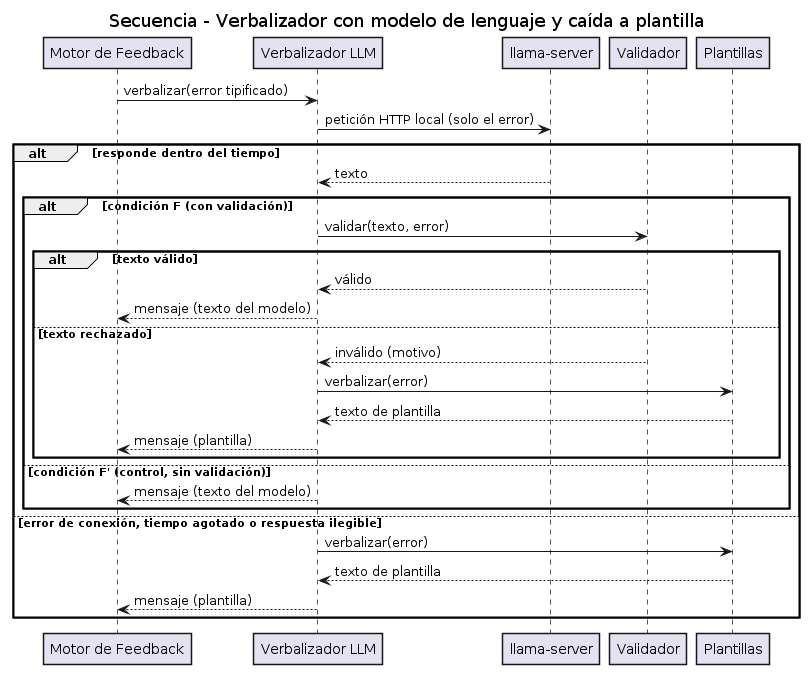
isaAJ05/ESTELA keeps this PlantUML diagram as diagramas_estela_modelo_profe/test_diagrams/png/secuencia-llm.png. Above is the earlier version. Its source is kept beside it as diagramas_estela_modelo_profe/test_diagrams/plantuml/secuencia-llm.wsd.
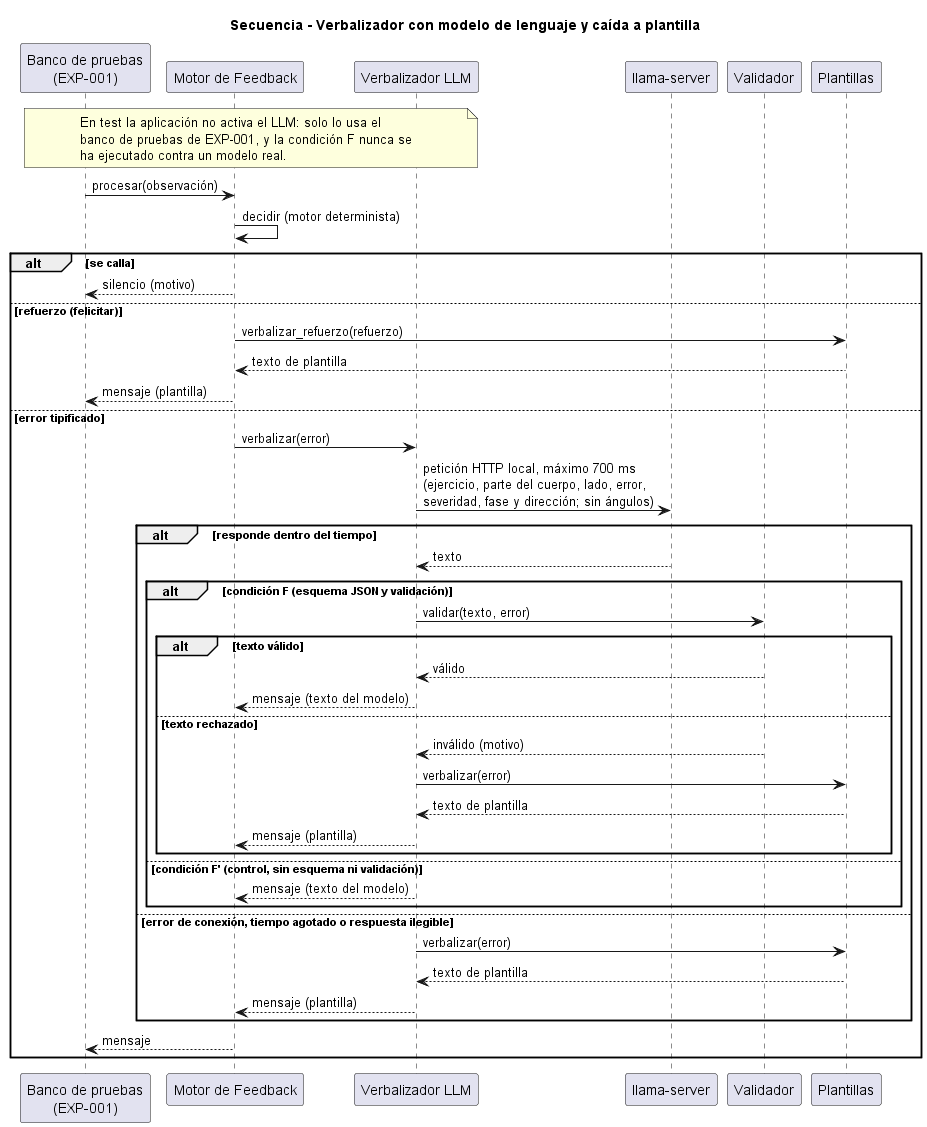
The same diagram one commit later.

What changed in the source:
```diff
@@ -1,34 +1,53 @@
 @startuml
 title Secuencia - Verbalizador con modelo de lenguaje y caída a plantilla
 
+participant "Banco de pruebas\n(EXP-001)" as B
 participant "Motor de Feedback" as MF
 participant "Verbalizador LLM" as L
 participant "llama-server" as H
 participant "Validador" as V
 participant "Plantillas" as T
 
-MF -> L : verbalizar(error tipificado)
-L -> H : petición HTTP local (solo el error)
+note over B, L
+  En test la aplicación no activa el LLM: solo lo usa el
+  banco de pruebas de EXP-001, y la condición F nunca se
+  ha ejecutado contra un modelo real.
+end note
 
-alt responde dentro del tiempo
-  H --> L : texto
-  alt condición F (con validación)
-    L -> V : validar(texto, error)
-    alt texto válido
-      V --> L : válido
+B -> MF : procesar(observación)
+MF -> MF : decidir (motor determinista)
+
+alt se calla
+  MF --> B : silencio (motivo)
+else refuerzo (felicitar)
+  MF -> T : verbalizar_refuerzo(refuerzo)
+  T --> MF : texto de plantilla
+  MF --> B : mensaje (plantilla)
+else error tipificado
+  MF -> L : verbalizar(error)
+  L -> H : petición HTTP local, máximo 700 ms\n(ejercicio, parte del cuerpo, lado, error,\nseveridad, fase y dirección; sin ángulos)
+
+  alt responde dentro del tiempo
+    H --> L : texto
+    alt condición F (esquema JSON y validación)
+      L -> V : validar(texto, error)
+      alt texto válido
+        V --> L : válido
+        L --> MF : mensaje (texto del modelo)
+      else texto rechazado
+        V --> L : inválido (motivo)
+        L -> T : verbalizar(error)
+        T --> L : texto de plantilla
+        L --> MF : mensaje (plantilla)
+      end
+    else condición F' (control, sin esquema ni validación)
       L --> MF : mensaje (texto del modelo)
-    else texto rechazado
-      V --> L : inválido (motivo)
-      L -> T : verbalizar(error)
-      T --> L : texto de plantilla
-      L --> MF : mensaje (plantilla)
     end
-  else condición F' (control, sin validación)
-    L --> MF : mensaje (texto del modelo)
+  else error de conexión, tiempo agotado o respuesta ilegible
+    L -> T : verbalizar(error)
+    T --> L : texto de plantilla
+    L --> MF : mensaje (plantilla)
   end
-else error de conexión, tiempo agotado o respuesta ilegible
-  L -> T : verbalizar(error)
-  T --> L : texto de plantilla
-  L --> MF : mensaje (plantilla)
+  MF --> B : mensaje
 end
 @enduml
```
